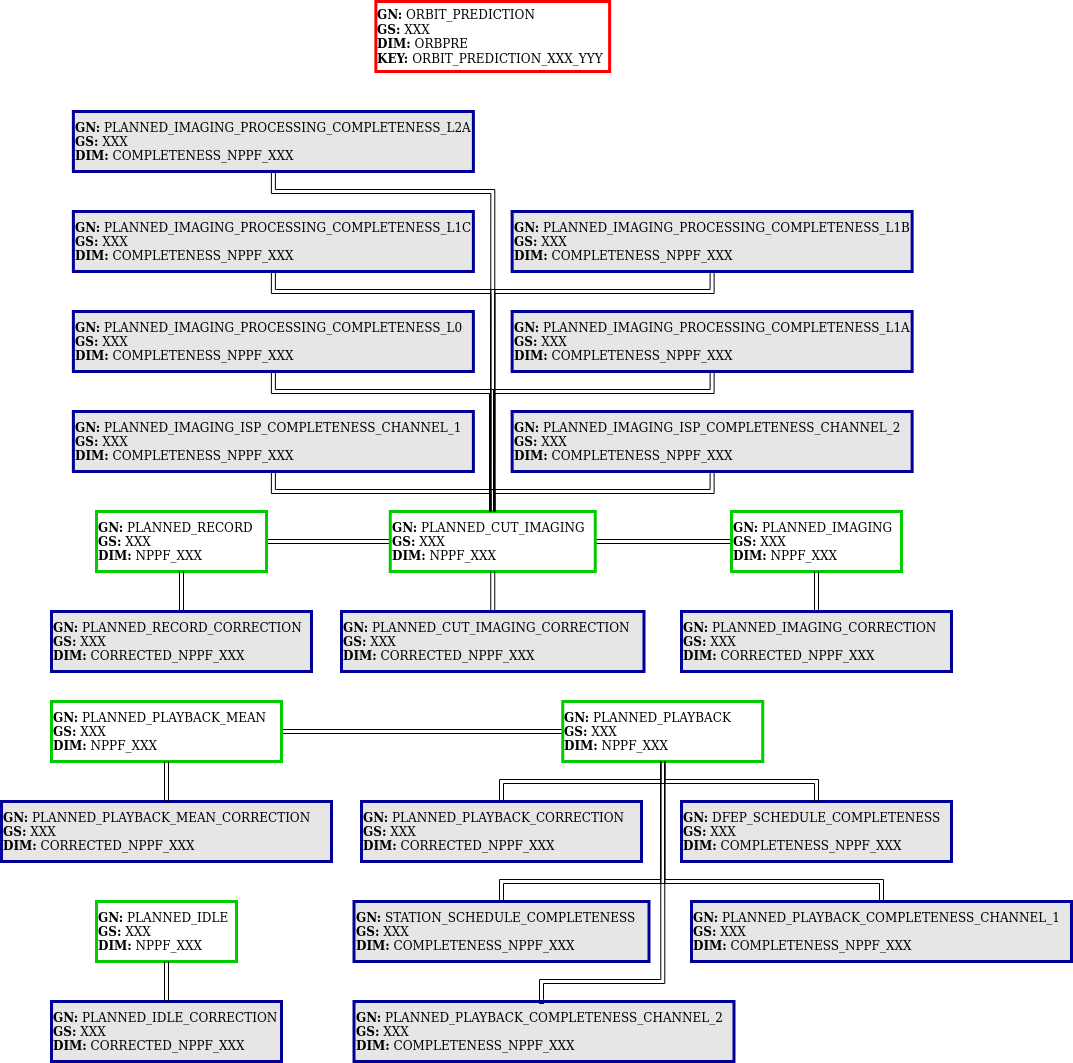
Above: doc/fig/structure_ingestion_orbpre.png in Daniel-Brosnan-Blazquez/s2boa (draw.io), before the change. Source tidied: cells renumbered, new cells last; positions are measured from the earlier drawing's top-left corner, leaving out a move shared by most shapes.
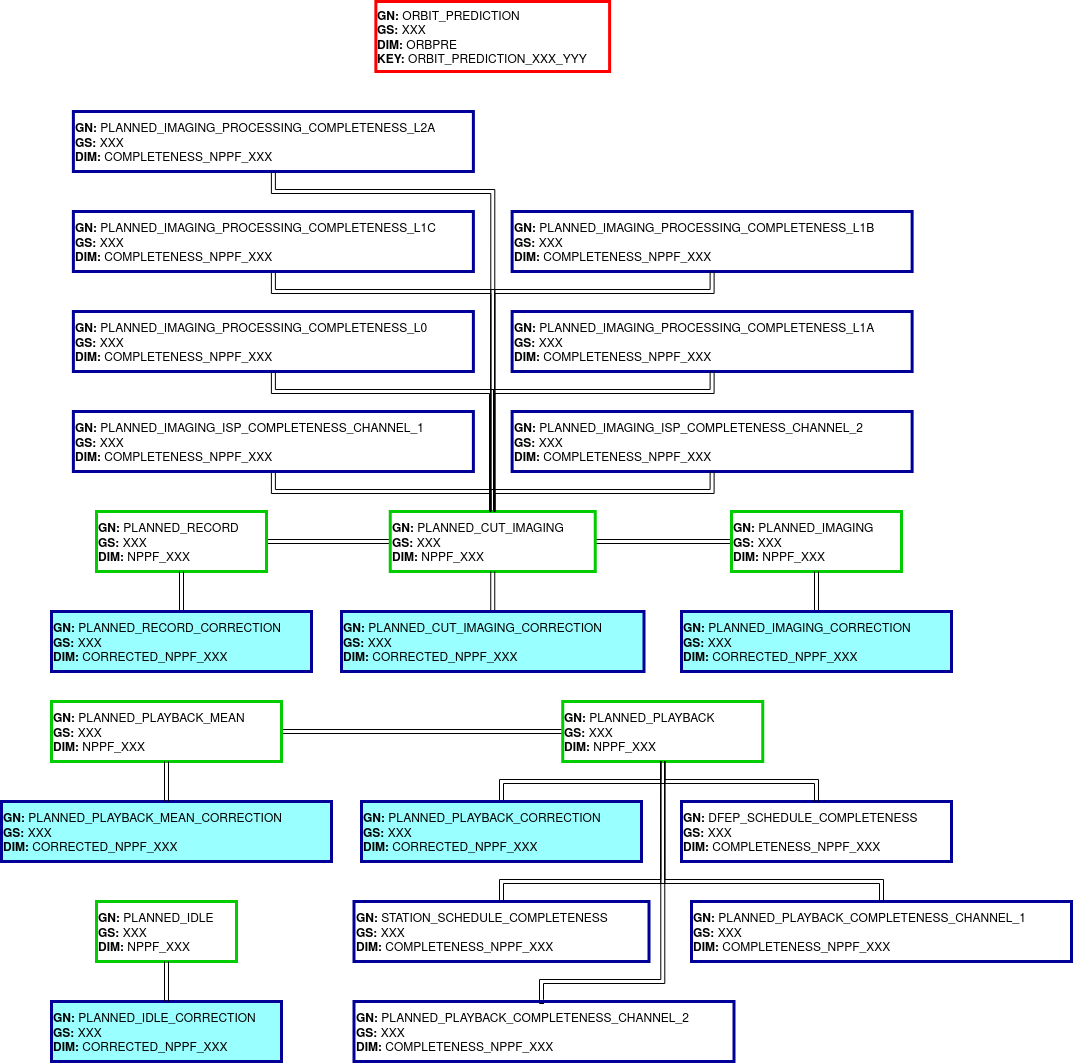
The same file after the commit.

Commit message:
Update insertion mode at DIM level for the ingestion of the NPPF and ORBPRE files

Change to the diagram source:
```diff
@@ -17,7 +17,7 @@
     <mxCell id="6" value="&lt;div&gt;&lt;b&gt;GN:&lt;/b&gt; PLANNED_IMAGING&lt;/div&gt;&lt;div&gt;&lt;b&gt;GS:&lt;/b&gt; XXX&lt;/div&gt;&lt;div&gt;&lt;b&gt;DIM:&lt;/b&gt; NPPF_XXX&lt;br&gt;&lt;/div&gt;" style="rounded=0;whiteSpace=wrap;html=1;align=left;strokeWidth=3;strokeColor=#00CC00;fillColor=#FFFFFF;" parent="1" vertex="1">
       <mxGeometry x="730" y="510" width="170" height="60" as="geometry" />
     </mxCell>
-    <mxCell id="7" value="&lt;div&gt;&lt;b&gt;GN:&lt;/b&gt; PLANNED_IDLE_CORRECTION&lt;/div&gt;&lt;div&gt;&lt;b&gt;GS:&lt;/b&gt; XXX&lt;/div&gt;&lt;div&gt;&lt;b&gt;DIM:&lt;/b&gt; CORRECTED_NPPF_XXX&lt;/div&gt;" style="rounded=0;whiteSpace=wrap;html=1;align=left;strokeColor=#000099;strokeWidth=3;fillColor=#E6E6E6;" parent="1" vertex="1">
+    <mxCell id="7" value="&lt;div&gt;&lt;b&gt;GN:&lt;/b&gt; PLANNED_IDLE_CORRECTION&lt;/div&gt;&lt;div&gt;&lt;b&gt;GS:&lt;/b&gt; XXX&lt;/div&gt;&lt;div&gt;&lt;b&gt;DIM:&lt;/b&gt; CORRECTED_NPPF_XXX&lt;/div&gt;" style="rounded=0;whiteSpace=wrap;html=1;align=left;strokeColor=#000099;strokeWidth=3;fillColor=#99FFFF;" parent="1" vertex="1">
       <mxGeometry x="50" y="1000" width="230" height="60" as="geometry" />
     </mxCell>
     <mxCell id="8" style="edgeStyle=orthogonalEdgeStyle;shape=link;rounded=0;jettySize=auto;html=1;exitX=1;exitY=0.5;exitDx=0;exitDy=0;entryX=0;entryY=0.5;entryDx=0;entryDy=0;" parent="1" edge="1" source="9" target="10">
@@ -29,13 +29,13 @@
     <mxCell id="10" value="&lt;div&gt;&lt;b&gt;GN:&lt;/b&gt; PLANNED_PLAYBACK&lt;/div&gt;&lt;div&gt;&lt;b&gt;GS:&lt;/b&gt; XXX&lt;/div&gt;&lt;div&gt;&lt;b&gt;DIM:&lt;/b&gt; NPPF_XXX&lt;br&gt;&lt;/div&gt;" style="rounded=0;whiteSpace=wrap;html=1;align=left;strokeWidth=3;strokeColor=#00CC00;fillColor=#FFFFFF;" parent="1" vertex="1">
       <mxGeometry x="561.2" y="700" width="200" height="60" as="geometry" />
     </mxCell>
-    <mxCell id="11" value="&lt;div&gt;&lt;b&gt;GN:&lt;/b&gt; PLANNED_PLAYBACK_MEAN_CORRECTION&lt;/div&gt;&lt;div&gt;&lt;b&gt;GS:&lt;/b&gt; XXX&lt;/div&gt;&lt;div&gt;&lt;b&gt;DIM:&lt;/b&gt; CORRECTED_NPPF_XXX&lt;br&gt;&lt;/div&gt;" style="rounded=0;whiteSpace=wrap;html=1;align=left;strokeColor=#000099;strokeWidth=3;fillColor=#E6E6E6;" parent="1" vertex="1">
+    <mxCell id="11" value="&lt;div&gt;&lt;b&gt;GN:&lt;/b&gt; PLANNED_PLAYBACK_MEAN_CORRECTION&lt;/div&gt;&lt;div&gt;&lt;b&gt;GS:&lt;/b&gt; XXX&lt;/div&gt;&lt;div&gt;&lt;b&gt;DIM:&lt;/b&gt; CORRECTED_NPPF_XXX&lt;br&gt;&lt;/div&gt;" style="rounded=0;whiteSpace=wrap;html=1;align=left;strokeColor=#000099;strokeWidth=3;fillColor=#99FFFF;" parent="1" vertex="1">
       <mxGeometry y="800" width="330" height="60" as="geometry" />
     </mxCell>
     <mxCell id="12" style="edgeStyle=orthogonalEdgeStyle;shape=link;rounded=0;jettySize=auto;html=1;exitX=0.5;exitY=0;exitDx=0;exitDy=0;entryX=0.5;entryY=1;entryDx=0;entryDy=0;" parent="1" edge="1" source="13" target="10">
       <mxGeometry relative="1" as="geometry" />
     </mxCell>
-    <mxCell id="13" value="&lt;div&gt;&lt;b&gt;GN:&lt;/b&gt; PLANNED_PLAYBACK_CORRECTION&lt;/div&gt;&lt;div&gt;&lt;b&gt;GS:&lt;/b&gt; XXX&lt;/div&gt;&lt;div&gt;&lt;b&gt;DIM:&lt;/b&gt; CORRECTED_NPPF_XXX&lt;br&gt;&lt;/div&gt;" style="rounded=0;whiteSpace=wrap;html=1;align=left;strokeColor=#000099;strokeWidth=3;fillColor=#E6E6E6;" parent="1" vertex="1">
+    <mxCell id="13" value="&lt;div&gt;&lt;b&gt;GN:&lt;/b&gt; PLANNED_PLAYBACK_CORRECTION&lt;/div&gt;&lt;div&gt;&lt;b&gt;GS:&lt;/b&gt; XXX&lt;/div&gt;&lt;div&gt;&lt;b&gt;DIM:&lt;/b&gt; CORRECTED_NPPF_XXX&lt;br&gt;&lt;/div&gt;" style="rounded=0;whiteSpace=wrap;html=1;align=left;strokeColor=#000099;strokeWidth=3;fillColor=#99FFFF;" parent="1" vertex="1">
       <mxGeometry x="360" y="800" width="280" height="60" as="geometry" />
     </mxCell>
     <mxCell id="14" style="edgeStyle=orthogonalEdgeStyle;shape=link;rounded=0;jettySize=auto;html=1;exitX=0.5;exitY=0;exitDx=0;exitDy=0;entryX=0.5;entryY=1;entryDx=0;entryDy=0;" parent="1" edge="1" source="11" target="9">
@@ -44,19 +44,19 @@
     <mxCell id="15" style="edgeStyle=orthogonalEdgeStyle;shape=link;rounded=0;jettySize=auto;html=1;exitX=0.5;exitY=0;exitDx=0;exitDy=0;entryX=0.5;entryY=1;entryDx=0;entryDy=0;" parent="1" edge="1" source="16" target="3">
       <mxGeometry relative="1" as="geometry" />
     </mxCell>
-    <mxCell id="16" value="&lt;div&gt;&lt;b&gt;GN:&lt;/b&gt; PLANNED_RECORD_CORRECTION&lt;/div&gt;&lt;div&gt;&lt;b&gt;GS:&lt;/b&gt; XXX&lt;/div&gt;&lt;div&gt;&lt;b&gt;DIM:&lt;/b&gt; CORRECTED_NPPF_XXX&lt;br&gt;&lt;/div&gt;" style="rounded=0;whiteSpace=wrap;html=1;align=left;strokeColor=#000099;strokeWidth=3;fillColor=#E6E6E6;" parent="1" vertex="1">
+    <mxCell id="16" value="&lt;div&gt;&lt;b&gt;GN:&lt;/b&gt; PLANNED_RECORD_CORRECTION&lt;/div&gt;&lt;div&gt;&lt;b&gt;GS:&lt;/b&gt; XXX&lt;/div&gt;&lt;div&gt;&lt;b&gt;DIM:&lt;/b&gt; CORRECTED_NPPF_XXX&lt;br&gt;&lt;/div&gt;" style="rounded=0;whiteSpace=wrap;html=1;align=left;strokeColor=#000099;strokeWidth=3;fillColor=#99FFFF;" parent="1" vertex="1">
       <mxGeometry x="50" y="610" width="260" height="60" as="geometry" />
     </mxCell>
     <mxCell id="17" style="edgeStyle=orthogonalEdgeStyle;shape=link;rounded=0;jettySize=auto;html=1;exitX=0.5;exitY=0;exitDx=0;exitDy=0;entryX=0.5;entryY=1;entryDx=0;entryDy=0;" parent="1" edge="1" source="18" target="5">
       <mxGeometry relative="1" as="geometry" />
     </mxCell>
-    <mxCell id="18" value="&lt;div&gt;&lt;b&gt;GN:&lt;/b&gt; PLANNED_CUT_IMAGING_CORRECTION&lt;/div&gt;&lt;div&gt;&lt;b&gt;GS:&lt;/b&gt; XXX&lt;/div&gt;&lt;div&gt;&lt;b&gt;DIM:&lt;/b&gt; CORRECTED_NPPF_XXX&lt;br&gt;&lt;/div&gt;" style="rounded=0;whiteSpace=wrap;html=1;align=left;strokeColor=#000099;strokeWidth=3;fillColor=#E6E6E6;" parent="1" vertex="1">
+    <mxCell id="18" value="&lt;div&gt;&lt;b&gt;GN:&lt;/b&gt; PLANNED_CUT_IMAGING_CORRECTION&lt;/div&gt;&lt;div&gt;&lt;b&gt;GS:&lt;/b&gt; XXX&lt;/div&gt;&lt;div&gt;&lt;b&gt;DIM:&lt;/b&gt; CORRECTED_NPPF_XXX&lt;br&gt;&lt;/div&gt;" style="rounded=0;whiteSpace=wrap;html=1;align=left;strokeColor=#000099;strokeWidth=3;fillColor=#99FFFF;" parent="1" vertex="1">
       <mxGeometry x="340" y="610" width="302.5" height="60" as="geometry" />
     </mxCell>
     <mxCell id="19" style="edgeStyle=orthogonalEdgeStyle;shape=link;rounded=0;jettySize=auto;html=1;exitX=0.5;exitY=0;exitDx=0;exitDy=0;entryX=0.5;entryY=1;entryDx=0;entryDy=0;" parent="1" edge="1" source="20" target="6">
       <mxGeometry relative="1" as="geometry" />
     </mxCell>
-    <mxCell id="20" value="&lt;div&gt;&lt;b&gt;GN:&lt;/b&gt; PLANNED_IMAGING_CORRECTION&lt;/div&gt;&lt;div&gt;&lt;b&gt;GS:&lt;/b&gt; XXX&lt;/div&gt;&lt;div&gt;&lt;b&gt;DIM:&lt;/b&gt; CORRECTED_NPPF_XXX&lt;br&gt;&lt;/div&gt;" style="rounded=0;whiteSpace=wrap;html=1;align=left;strokeColor=#000099;strokeWidth=3;fillColor=#E6E6E6;" parent="1" vertex="1">
+    <mxCell id="20" value="&lt;div&gt;&lt;b&gt;GN:&lt;/b&gt; PLANNED_IMAGING_CORRECTION&lt;/div&gt;&lt;div&gt;&lt;b&gt;GS:&lt;/b&gt; XXX&lt;/div&gt;&lt;div&gt;&lt;b&gt;DIM:&lt;/b&gt; CORRECTED_NPPF_XXX&lt;br&gt;&lt;/div&gt;" style="rounded=0;whiteSpace=wrap;html=1;align=left;strokeColor=#000099;strokeWidth=3;fillColor=#99FFFF;" parent="1" vertex="1">
       <mxGeometry x="680" y="610" width="270" height="60" as="geometry" />
     </mxCell>
     <mxCell id="21" value="&lt;div&gt;&lt;b&gt;GN:&lt;/b&gt; PLANNED_IDLE&lt;/div&gt;&lt;div&gt;&lt;b&gt;GS:&lt;/b&gt; XXX&lt;/div&gt;&lt;div&gt;&lt;b&gt;DIM:&lt;/b&gt; NPPF_XXX&lt;br&gt;&lt;/div&gt;" style="rounded=0;whiteSpace=wrap;html=1;align=left;strokeWidth=3;strokeColor=#00CC00;fillColor=#FFFFFF;" parent="1" vertex="1">
@@ -65,16 +65,16 @@
     <mxCell id="22" style="edgeStyle=orthogonalEdgeStyle;shape=link;rounded=0;jettySize=auto;html=1;exitX=0.5;exitY=0;exitDx=0;exitDy=0;entryX=0.5;entryY=1;entryDx=0;entryDy=0;" parent="1" edge="1" source="7" target="21">
       <mxGeometry relative="1" as="geometry" />
     </mxCell>
-    <mxCell id="23" value="&lt;div&gt;&lt;b&gt;GN:&lt;/b&gt; DFEP_SCHEDULE_COMPLETENESS&lt;/div&gt;&lt;div&gt;&lt;b&gt;GS:&lt;/b&gt; XXX&lt;/div&gt;&lt;div&gt;&lt;b&gt;DIM:&lt;/b&gt; COMPLETENESS_NPPF_XXX&lt;br&gt;&lt;/div&gt;" style="rounded=0;whiteSpace=wrap;html=1;align=left;strokeColor=#000099;strokeWidth=3;fillColor=#E6E6E6;" parent="1" vertex="1">
+    <mxCell id="23" value="&lt;div&gt;&lt;b&gt;GN:&lt;/b&gt; DFEP_SCHEDULE_COMPLETENESS&lt;/div&gt;&lt;div&gt;&lt;b&gt;GS:&lt;/b&gt; XXX&lt;/div&gt;&lt;div&gt;&lt;b&gt;DIM:&lt;/b&gt; COMPLETENESS_NPPF_XXX&lt;br&gt;&lt;/div&gt;" style="rounded=0;whiteSpace=wrap;html=1;align=left;strokeColor=#000099;strokeWidth=3;fillColor=none;" parent="1" vertex="1">
       <mxGeometry x="680" y="800" width="270" height="60" as="geometry" />
     </mxCell>
-    <mxCell id="24" value="&lt;div&gt;&lt;b&gt;GN:&lt;/b&gt; STATION_SCHEDULE_COMPLETENESS&lt;/div&gt;&lt;div&gt;&lt;b&gt;GS:&lt;/b&gt; XXX&lt;/div&gt;&lt;div&gt;&lt;b&gt;DIM:&lt;/b&gt; COMPLETENESS_NPPF_XXX&lt;br&gt;&lt;/div&gt;" style="rounded=0;whiteSpace=wrap;html=1;align=left;strokeColor=#000099;strokeWidth=3;fillColor=#E6E6E6;" parent="1" vertex="1">
+    <mxCell id="24" value="&lt;div&gt;&lt;b&gt;GN:&lt;/b&gt; STATION_SCHEDULE_COMPLETENESS&lt;/div&gt;&lt;div&gt;&lt;b&gt;GS:&lt;/b&gt; XXX&lt;/div&gt;&lt;div&gt;&lt;b&gt;DIM:&lt;/b&gt; COMPLETENESS_NPPF_XXX&lt;br&gt;&lt;/div&gt;" style="rounded=0;whiteSpace=wrap;html=1;align=left;strokeColor=#000099;strokeWidth=3;fillColor=none;" parent="1" vertex="1">
       <mxGeometry x="352.5" y="900" width="295" height="60" as="geometry" />
     </mxCell>
-    <mxCell id="25" value="&lt;div&gt;&lt;b&gt;GN:&lt;/b&gt; PLANNED_PLAYBACK_COMPLETENESS_CHANNEL_1&lt;/div&gt;&lt;div&gt;&lt;b&gt;GS:&lt;/b&gt; XXX&lt;/div&gt;&lt;div&gt;&lt;b&gt;DIM:&lt;/b&gt; COMPLETENESS_NPPF_XXX&lt;br&gt;&lt;/div&gt;" style="rounded=0;whiteSpace=wrap;html=1;align=left;strokeColor=#000099;strokeWidth=3;fillColor=#E6E6E6;" parent="1" vertex="1">
+    <mxCell id="25" value="&lt;div&gt;&lt;b&gt;GN:&lt;/b&gt; PLANNED_PLAYBACK_COMPLETENESS_CHANNEL_1&lt;/div&gt;&lt;div&gt;&lt;b&gt;GS:&lt;/b&gt; XXX&lt;/div&gt;&lt;div&gt;&lt;b&gt;DIM:&lt;/b&gt; COMPLETENESS_NPPF_XXX&lt;br&gt;&lt;/div&gt;" style="rounded=0;whiteSpace=wrap;html=1;align=left;strokeColor=#000099;strokeWidth=3;fillColor=none;" parent="1" vertex="1">
       <mxGeometry x="690" y="900" width="380" height="60" as="geometry" />
     </mxCell>
-    <mxCell id="26" value="&lt;div&gt;&lt;b&gt;GN:&lt;/b&gt; PLANNED_PLAYBACK_COMPLETENESS_CHANNEL_2&lt;/div&gt;&lt;div&gt;&lt;b&gt;GS:&lt;/b&gt; XXX&lt;/div&gt;&lt;div&gt;&lt;b&gt;DIM:&lt;/b&gt; COMPLETENESS_NPPF_XXX&lt;br&gt;&lt;/div&gt;" style="rounded=0;whiteSpace=wrap;html=1;align=left;strokeColor=#000099;strokeWidth=3;fillColor=#E6E6E6;" parent="1" vertex="1">
+    <mxCell id="26" value="&lt;div&gt;&lt;b&gt;GN:&lt;/b&gt; PLANNED_PLAYBACK_COMPLETENESS_CHANNEL_2&lt;/div&gt;&lt;div&gt;&lt;b&gt;GS:&lt;/b&gt; XXX&lt;/div&gt;&lt;div&gt;&lt;b&gt;DIM:&lt;/b&gt; COMPLETENESS_NPPF_XXX&lt;br&gt;&lt;/div&gt;" style="rounded=0;whiteSpace=wrap;html=1;align=left;strokeColor=#000099;strokeWidth=3;fillColor=none;" parent="1" vertex="1">
       <mxGeometry x="352.5" y="1000" width="380" height="60" as="geometry" />
     </mxCell>
     <mxCell id="27" style="edgeStyle=orthogonalEdgeStyle;shape=link;rounded=0;jettySize=auto;html=1;exitX=0.5;exitY=0;exitDx=0;exitDy=0;entryX=0.5;entryY=1;entryDx=0;entryDy=0;" parent="1" edge="1" source="24" target="10">
@@ -105,25 +105,25 @@
     <mxCell id="30" style="edgeStyle=orthogonalEdgeStyle;shape=link;rounded=0;jettySize=auto;html=1;exitX=0.5;exitY=0;exitDx=0;exitDy=0;entryX=0.5;entryY=1;entryDx=0;entryDy=0;" parent="1" edge="1" source="23" target="10">
       <mxGeometry relative="1" as="geometry" />
     </mxCell>
-    <mxCell id="31" value="&lt;div&gt;&lt;b&gt;GN:&lt;/b&gt; PLANNED_IMAGING_ISP_COMPLETENESS_CHANNEL_1&lt;/div&gt;&lt;div&gt;&lt;b&gt;GS:&lt;/b&gt; XXX&lt;/div&gt;&lt;div&gt;&lt;b&gt;DIM:&lt;/b&gt; COMPLETENESS_NPPF_XXX&lt;br&gt;&lt;/div&gt;" style="rounded=0;whiteSpace=wrap;html=1;align=left;strokeColor=#000099;strokeWidth=3;fillColor=#E6E6E6;" parent="1" vertex="1">
+    <mxCell id="31" value="&lt;div&gt;&lt;b&gt;GN:&lt;/b&gt; PLANNED_IMAGING_ISP_COMPLETENESS_CHANNEL_1&lt;/div&gt;&lt;div&gt;&lt;b&gt;GS:&lt;/b&gt; XXX&lt;/div&gt;&lt;div&gt;&lt;b&gt;DIM:&lt;/b&gt; COMPLETENESS_NPPF_XXX&lt;br&gt;&lt;/div&gt;" style="rounded=0;whiteSpace=wrap;html=1;align=left;strokeColor=#000099;strokeWidth=3;fillColor=none;" parent="1" vertex="1">
       <mxGeometry x="71.9" y="410" width="400" height="60" as="geometry" />
     </mxCell>
-    <mxCell id="32" value="&lt;div&gt;&lt;b&gt;GN:&lt;/b&gt; PLANNED_IMAGING_ISP_COMPLETENESS_CHANNEL_2&lt;/div&gt;&lt;div&gt;&lt;b&gt;GS:&lt;/b&gt; XXX&lt;/div&gt;&lt;div&gt;&lt;b&gt;DIM:&lt;/b&gt; COMPLETENESS_NPPF_XXX&lt;br&gt;&lt;/div&gt;" style="rounded=0;whiteSpace=wrap;html=1;align=left;strokeColor=#000099;strokeWidth=3;fillColor=#E6E6E6;" parent="1" vertex="1">
+    <mxCell id="32" value="&lt;div&gt;&lt;b&gt;GN:&lt;/b&gt; PLANNED_IMAGING_ISP_COMPLETENESS_CHANNEL_2&lt;/div&gt;&lt;div&gt;&lt;b&gt;GS:&lt;/b&gt; XXX&lt;/div&gt;&lt;div&gt;&lt;b&gt;DIM:&lt;/b&gt; COMPLETENESS_NPPF_XXX&lt;br&gt;&lt;/div&gt;" style="rounded=0;whiteSpace=wrap;html=1;align=left;strokeColor=#000099;strokeWidth=3;fillColor=none;" parent="1" vertex="1">
       <mxGeometry x="510.6" y="410" width="400" height="60" as="geometry" />
     </mxCell>
-    <mxCell id="33" value="&lt;div&gt;&lt;b&gt;GN:&lt;/b&gt; PLANNED_IMAGING_PROCESSING_COMPLETENESS_L0&lt;/div&gt;&lt;div&gt;&lt;b&gt;GS:&lt;/b&gt; XXX&lt;/div&gt;&lt;div&gt;&lt;b&gt;DIM:&lt;/b&gt; COMPLETENESS_NPPF_XXX&lt;br&gt;&lt;/div&gt;" style="rounded=0;whiteSpace=wrap;html=1;align=left;strokeColor=#000099;strokeWidth=3;fillColor=#E6E6E6;" parent="1" vertex="1">
+    <mxCell id="33" value="&lt;div&gt;&lt;b&gt;GN:&lt;/b&gt; PLANNED_IMAGING_PROCESSING_COMPLETENESS_L0&lt;/div&gt;&lt;div&gt;&lt;b&gt;GS:&lt;/b&gt; XXX&lt;/div&gt;&lt;div&gt;&lt;b&gt;DIM:&lt;/b&gt; COMPLETENESS_NPPF_XXX&lt;br&gt;&lt;/div&gt;" style="rounded=0;whiteSpace=wrap;html=1;align=left;strokeColor=#000099;strokeWidth=3;fillColor=none;" parent="1" vertex="1">
       <mxGeometry x="71.9" y="310" width="400" height="60" as="geometry" />
     </mxCell>
-    <mxCell id="34" value="&lt;div&gt;&lt;b&gt;GN:&lt;/b&gt; PLANNED_IMAGING_PROCESSING_COMPLETENESS_L1A&lt;/div&gt;&lt;div&gt;&lt;b&gt;GS:&lt;/b&gt; XXX&lt;/div&gt;&lt;div&gt;&lt;b&gt;DIM:&lt;/b&gt; COMPLETENESS_NPPF_XXX&lt;br&gt;&lt;/div&gt;" style="rounded=0;whiteSpace=wrap;html=1;align=left;strokeColor=#000099;strokeWidth=3;fillColor=#E6E6E6;" parent="1" vertex="1">
+    <mxCell id="34" value="&lt;div&gt;&lt;b&gt;GN:&lt;/b&gt; PLANNED_IMAGING_PROCESSING_COMPLETENESS_L1A&lt;/div&gt;&lt;div&gt;&lt;b&gt;GS:&lt;/b&gt; XXX&lt;/div&gt;&lt;div&gt;&lt;b&gt;DIM:&lt;/b&gt; COMPLETENESS_NPPF_XXX&lt;br&gt;&lt;/div&gt;" style="rounded=0;whiteSpace=wrap;html=1;align=left;strokeColor=#000099;strokeWidth=3;fillColor=none;" parent="1" vertex="1">
       <mxGeometry x="510.6" y="310" width="400" height="60" as="geometry" />
     </mxCell>
-    <mxCell id="35" value="&lt;div&gt;&lt;b&gt;GN:&lt;/b&gt; PLANNED_IMAGING_PROCESSING_COMPLETENESS_L1B&lt;/div&gt;&lt;div&gt;&lt;b&gt;GS:&lt;/b&gt; XXX&lt;/div&gt;&lt;div&gt;&lt;b&gt;DIM:&lt;/b&gt; COMPLETENESS_NPPF_XXX&lt;br&gt;&lt;/div&gt;" style="rounded=0;whiteSpace=wrap;html=1;align=left;strokeColor=#000099;strokeWidth=3;fillColor=#E6E6E6;" parent="1" vertex="1">
+    <mxCell id="35" value="&lt;div&gt;&lt;b&gt;GN:&lt;/b&gt; PLANNED_IMAGING_PROCESSING_COMPLETENESS_L1B&lt;/div&gt;&lt;div&gt;&lt;b&gt;GS:&lt;/b&gt; XXX&lt;/div&gt;&lt;div&gt;&lt;b&gt;DIM:&lt;/b&gt; COMPLETENESS_NPPF_XXX&lt;br&gt;&lt;/div&gt;" style="rounded=0;whiteSpace=wrap;html=1;align=left;strokeColor=#000099;strokeWidth=3;fillColor=none;" parent="1" vertex="1">
       <mxGeometry x="510.6" y="210" width="400" height="60" as="geometry" />
     </mxCell>
-    <mxCell id="36" value="&lt;div&gt;&lt;b&gt;GN:&lt;/b&gt; PLANNED_IMAGING_PROCESSING_COMPLETENESS_L1C&lt;/div&gt;&lt;div&gt;&lt;b&gt;GS:&lt;/b&gt; XXX&lt;/div&gt;&lt;div&gt;&lt;b&gt;DIM:&lt;/b&gt; COMPLETENESS_NPPF_XXX&lt;br&gt;&lt;/div&gt;" style="rounded=0;whiteSpace=wrap;html=1;align=left;strokeColor=#000099;strokeWidth=3;fillColor=#E6E6E6;" parent="1" vertex="1">
+    <mxCell id="36" value="&lt;div&gt;&lt;b&gt;GN:&lt;/b&gt; PLANNED_IMAGING_PROCESSING_COMPLETENESS_L1C&lt;/div&gt;&lt;div&gt;&lt;b&gt;GS:&lt;/b&gt; XXX&lt;/div&gt;&lt;div&gt;&lt;b&gt;DIM:&lt;/b&gt; COMPLETENESS_NPPF_XXX&lt;br&gt;&lt;/div&gt;" style="rounded=0;whiteSpace=wrap;html=1;align=left;strokeColor=#000099;strokeWidth=3;fillColor=none;" parent="1" vertex="1">
       <mxGeometry x="71.9" y="210" width="400" height="60" as="geometry" />
     </mxCell>
-    <mxCell id="37" value="&lt;div&gt;&lt;b&gt;GN:&lt;/b&gt; PLANNED_IMAGING_PROCESSING_COMPLETENESS_L2A&lt;/div&gt;&lt;div&gt;&lt;b&gt;GS:&lt;/b&gt; XXX&lt;/div&gt;&lt;div&gt;&lt;b&gt;DIM:&lt;/b&gt; COMPLETENESS_NPPF_XXX&lt;br&gt;&lt;/div&gt;" style="rounded=0;whiteSpace=wrap;html=1;align=left;strokeColor=#000099;strokeWidth=3;fillColor=#E6E6E6;" parent="1" vertex="1">
+    <mxCell id="37" value="&lt;div&gt;&lt;b&gt;GN:&lt;/b&gt; PLANNED_IMAGING_PROCESSING_COMPLETENESS_L2A&lt;/div&gt;&lt;div&gt;&lt;b&gt;GS:&lt;/b&gt; XXX&lt;/div&gt;&lt;div&gt;&lt;b&gt;DIM:&lt;/b&gt; COMPLETENESS_NPPF_XXX&lt;br&gt;&lt;/div&gt;" style="rounded=0;whiteSpace=wrap;html=1;align=left;strokeColor=#000099;strokeWidth=3;fillColor=none;" parent="1" vertex="1">
       <mxGeometry x="71.9" y="110" width="400" height="60" as="geometry" />
     </mxCell>
     <mxCell id="38" style="edgeStyle=orthogonalEdgeStyle;shape=link;rounded=0;jettySize=auto;html=1;exitX=0.5;exitY=0;exitDx=0;exitDy=0;entryX=0.5;entryY=1;entryDx=0;entryDy=0;" parent="1" edge="1" source="5" target="32">
```
